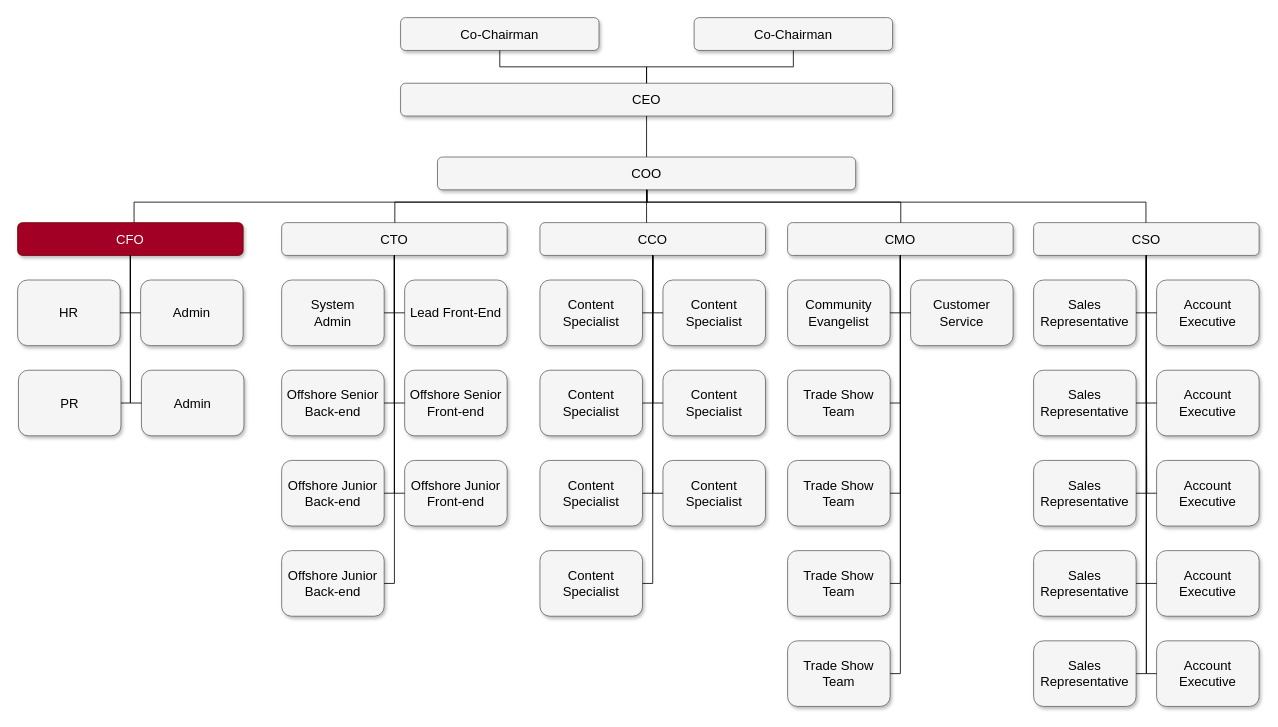
Earlier version of the draw.io diagram 测试-图表.drawio (Jorgen7062/flow_chart). Source tidied: cells renumbered, new cells numbered last; positions are measured from the earlier drawing's top-left corner, leaving out a move shared by most shapes. Both pictures are drawn from the tidied source at 82%, with x=0, y=0 at pixel (17, 17).
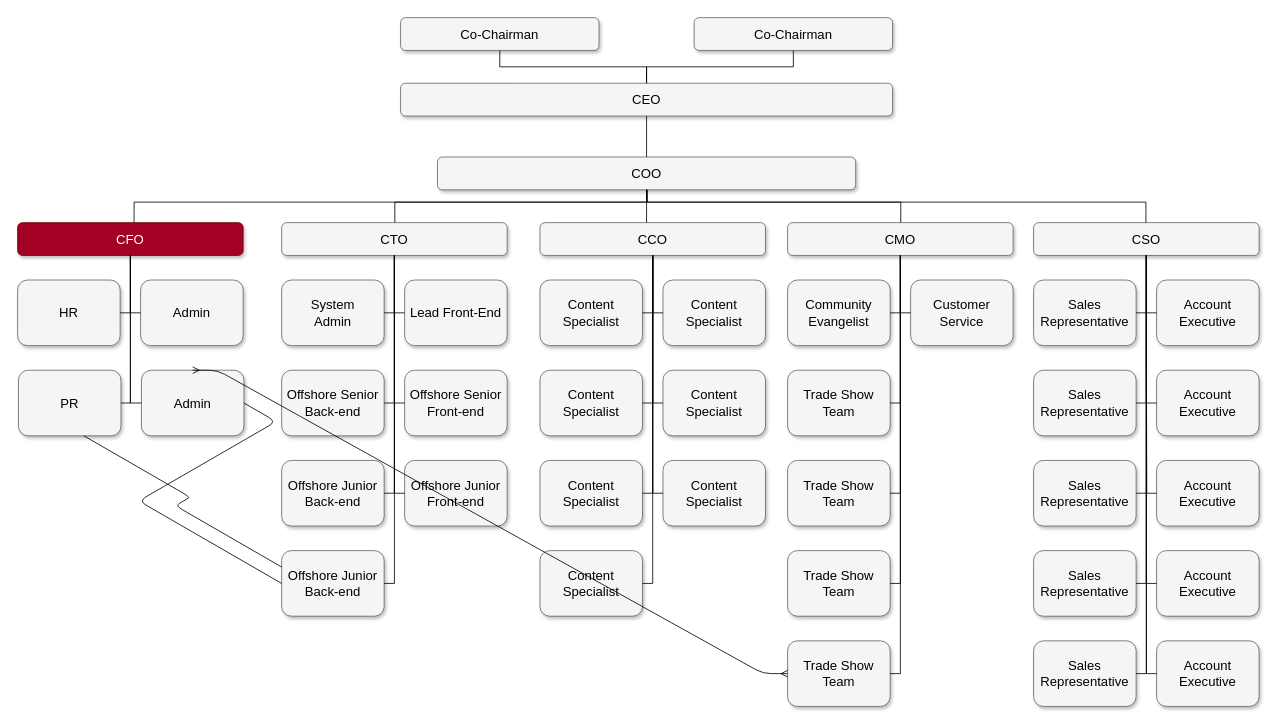
After the change.

Commit message:
更新测试-图表.drawio

Unchanged cells that the change refers to:
```xml
<mxCell id="32" value="Offshore Junior Back-end" style="whiteSpace=wrap;html=1;rounded=1;shadow=1;strokeWidth=1;fontSize=16;align=center;fillColor=#f5f5f5;strokeColor=#666666;" parent="1" vertex="1">
  <mxGeometry x="322" y="650" width="125" height="80" as="geometry" />
</mxCell>
<mxCell id="39" value="Admin" style="whiteSpace=wrap;html=1;rounded=1;shadow=1;strokeWidth=1;fontSize=16;align=center;fillColor=#f5f5f5;strokeColor=#666666;" parent="1" vertex="1">
  <mxGeometry x="151" y="430" width="125" height="80" as="geometry" />
</mxCell>
<mxCell id="41" value="&lt;span&gt;Trade Show Team&lt;/span&gt;" style="whiteSpace=wrap;html=1;rounded=1;shadow=1;strokeWidth=1;fontSize=16;align=center;fillColor=#f5f5f5;strokeColor=#666666;" parent="1" vertex="1">
  <mxGeometry x="939" y="760" width="125" height="80" as="geometry" />
</mxCell>
```

Diff of the diagram source:
```diff
@@
+    <mxCell id="87" style="edgeStyle=entityRelationEdgeStyle;fontSize=12;html=1;endArrow=ERmany;startArrow=ERmany;entryX=0;entryY=0.5;entryDx=0;entryDy=0;exitX=0.5;exitY=0;exitDx=0;exitDy=0;" parent="1" edge="1" source="39" target="41">
+      <mxGeometry relative="1" as="geometry" />
+    </mxCell>
+    <mxCell id="88" style="edgeStyle=isometricEdgeStyle;endArrow=none;html=1;elbow=vertical;exitX=0;exitY=0.25;exitDx=0;exitDy=0;" parent="1" edge="1" source="32">
+      <mxGeometry relative="1" as="geometry">
+        <mxPoint x="80.8" y="510" as="targetPoint" />
+      </mxGeometry>
+    </mxCell>
+    <mxCell id="89" style="edgeStyle=isometricEdgeStyle;endArrow=none;html=1;elbow=vertical;entryX=1;entryY=0.5;entryDx=0;entryDy=0;exitX=0;exitY=0.5;exitDx=0;exitDy=0;" parent="1" edge="1" source="32" target="39">
+      <mxGeometry relative="1" as="geometry">
+        <Array as="points">
+          <mxPoint x="242" y="535" />
+        </Array>
+      </mxGeometry>
+    </mxCell>
```
